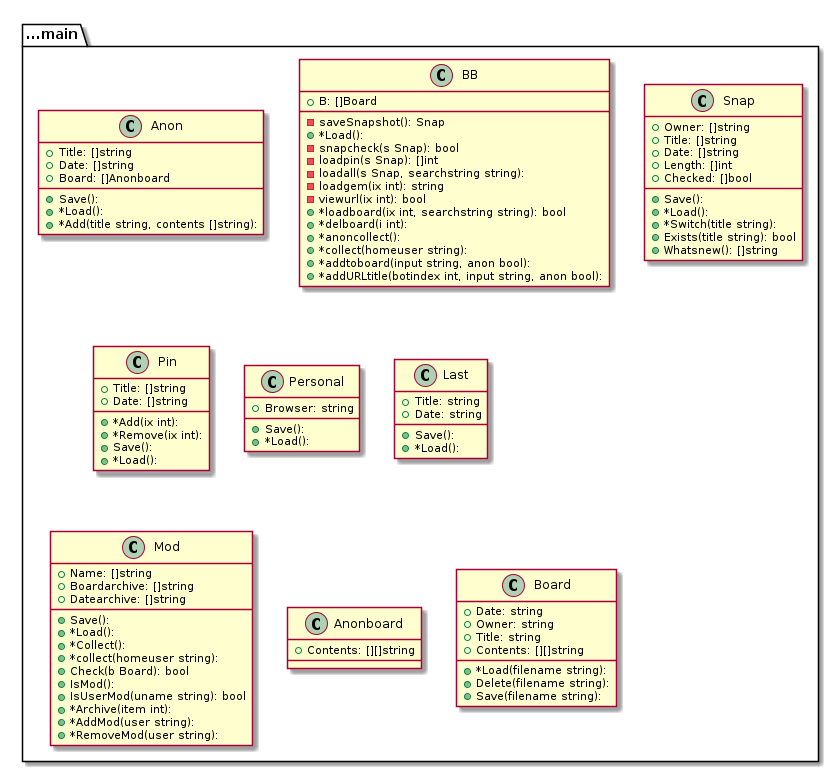
Above: graph.png in tbal999/bb (PlantUML), before the change.
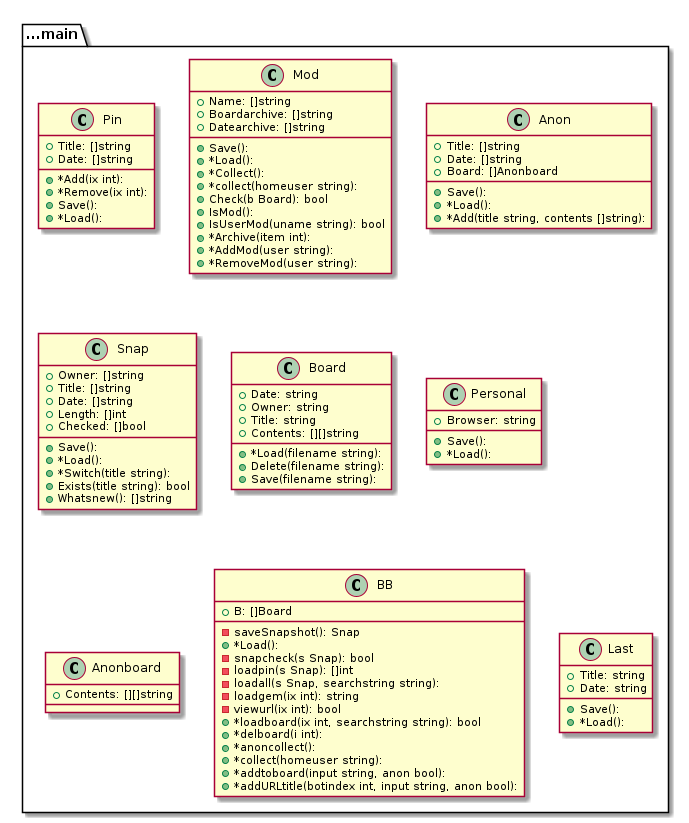
The same file after the commit.

Diff of the diagram source:
```diff
@@ -1,67 +1,10 @@
 @startuml
-package ...main{
-class Anon {
-+Title: []string
-+Date: []string
-+Board: []Anonboard
-+Save():
-+*Load():
-+*Add(title string, contents []string):
-}
-}
-package ...main{
-class BB {
-+B: []Board
--saveSnapshot(): Snap
-+*Load():
--snapcheck(s Snap): bool
--loadpin(s Snap): []int
--loadall(s Snap, searchstring string):
--loadgem(ix int): string
--viewurl(ix int): bool
-+*loadboard(ix int, searchstring string): bool
-+*delboard(i int):
-+*anoncollect():
-+*collect(homeuser string):
-+*addtoboard(input string, anon bool):
-+*addURLtitle(botindex int, input string, anon bool):
-}
-}
-package ...main{
-class Snap {
-+Owner: []string
-+Title: []string
-+Date: []string
-+Length: []int
-+Checked: []bool
-+Save():
-+*Load():
-+*Switch(title string):
-+Exists(title string): bool
-+Whatsnew(): []string
-}
-}
 package ...main{
 class Pin {
 +Title: []string
 +Date: []string
 +*Add(ix int):
 +*Remove(ix int):
-+Save():
-+*Load():
-}
-}
-package ...main{
-class Personal {
-+Browser: string
-+Save():
-+*Load():
-}
-}
-package ...main{
-class Last {
-+Title: string
-+Date: string
 +Save():
 +*Load():
 }
@@ -84,9 +27,27 @@
 }
 }
 package ...main{
-class Anonboard {
-+Contents: [][]string
-
+class Anon {
++Title: []string
++Date: []string
++Board: []Anonboard
++Save():
++*Load():
++*Add(title string, contents []string):
+}
+}
+package ...main{
+class Snap {
++Owner: []string
++Title: []string
++Date: []string
++Length: []int
++Checked: []bool
++Save():
++*Load():
++*Switch(title string):
++Exists(title string): bool
++Whatsnew(): []string
 }
 }
 package ...main{
@@ -100,5 +61,44 @@
 +Save(filename string):
 }
 }
+package ...main{
+class Personal {
++Browser: string
++Save():
++*Load():
+}
+}
+package ...main{
+class Anonboard {
++Contents: [][]string
+
+}
+}
+package ...main{
+class BB {
++B: []Board
+-saveSnapshot(): Snap
++*Load():
+-snapcheck(s Snap): bool
+-loadpin(s Snap): []int
+-loadall(s Snap, searchstring string):
+-loadgem(ix int): string
+-viewurl(ix int): bool
++*loadboard(ix int, searchstring string): bool
++*delboard(i int):
++*anoncollect():
++*collect(homeuser string):
++*addtoboard(input string, anon bool):
++*addURLtitle(botindex int, input string, anon bool):
+}
+}
+package ...main{
+class Last {
++Title: string
++Date: string
++Save():
++*Load():
+}
+}
 
 @enduml
```
